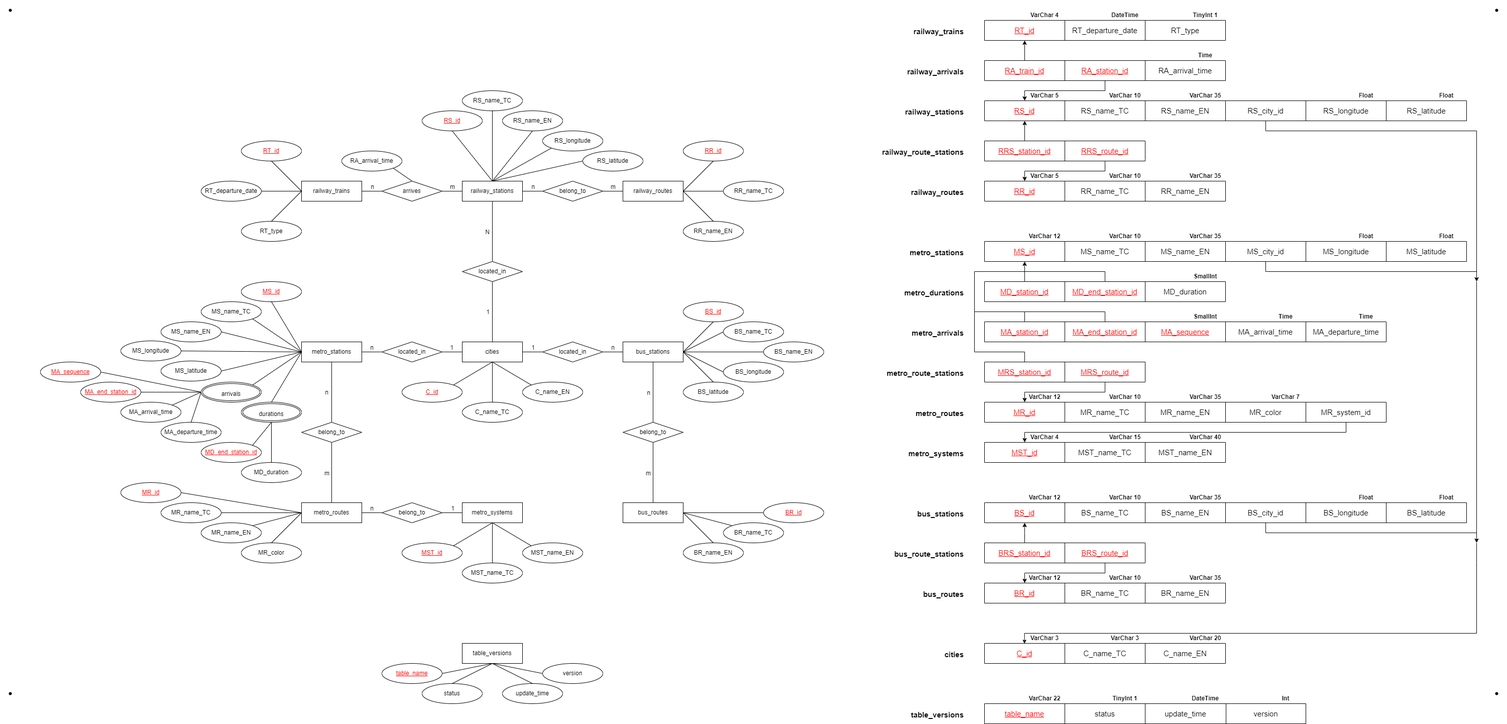
Earlier version of the draw.io export docs/ER Model v2.6.png (handsd6111/MissNoStopApi). Source tidied: cells renumbered, new cells last; positions are measured from the earlier drawing's top-left corner, leaving out a move shared by most shapes.
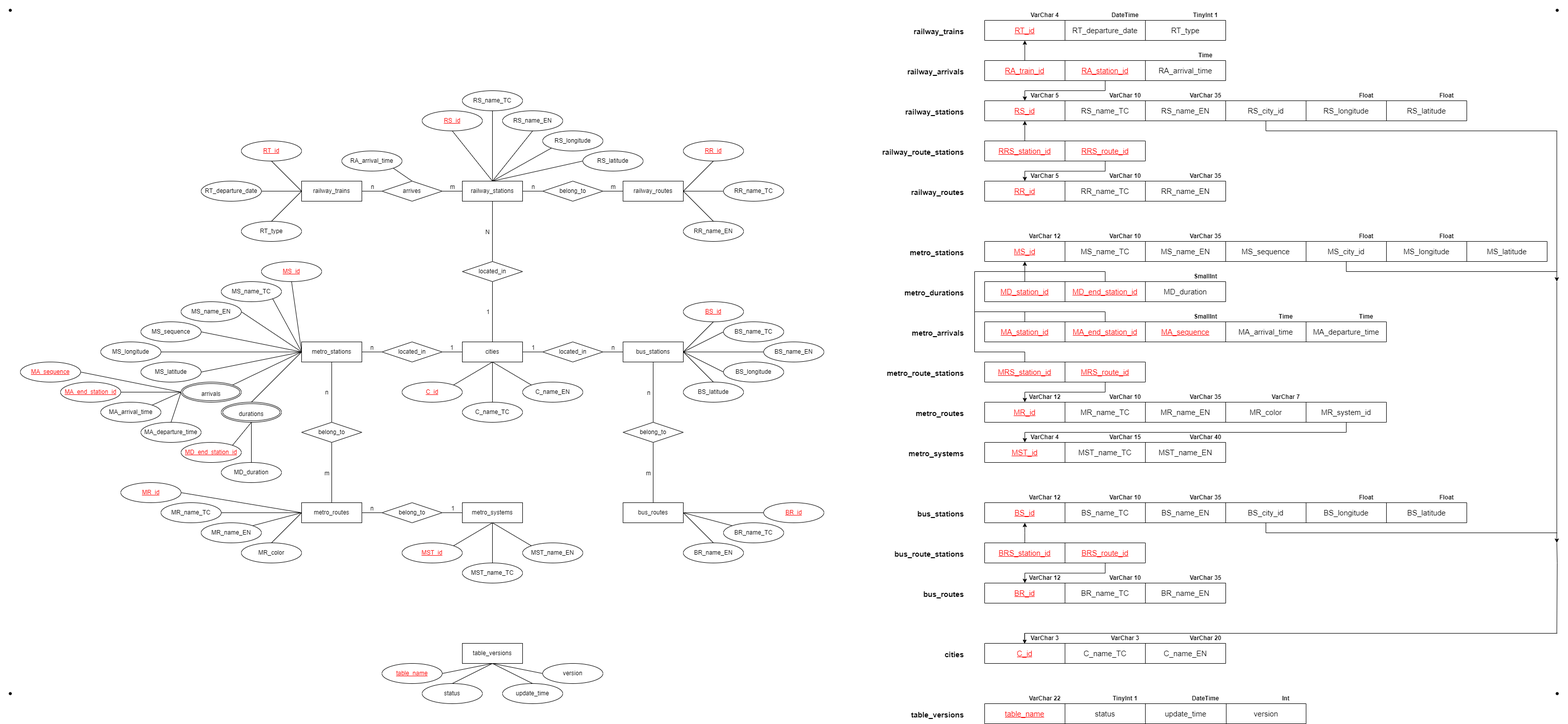
Above is the later version.

Commit message:
新增 metro_station 欄位 MS_sequence

What changed in the source:
```diff
@@ -189,7 +189,7 @@
       </mxGeometry>
     </mxCell>
     <mxCell id="60" value="&lt;font style=&quot;font-size: 12px;&quot;&gt;arrivals&lt;/font&gt;" style="ellipse;shape=doubleEllipse;margin=3;whiteSpace=wrap;html=1;align=center;fontFamily=Helvetica;fontSize=20;" parent="1" vertex="1">
-      <mxGeometry x="400" y="760" width="120" height="40" as="geometry" />
+      <mxGeometry x="360" y="760" width="120" height="40" as="geometry" />
     </mxCell>
     <mxCell id="61" value="metro_routes" style="whiteSpace=wrap;html=1;align=center;" parent="1" vertex="1">
       <mxGeometry x="600" y="1000" width="120" height="40" as="geometry" />
@@ -198,7 +198,7 @@
       <mxGeometry x="240" y="960" width="120" height="40" as="geometry" />
     </mxCell>
     <mxCell id="63" value="&lt;font color=&quot;#FF0000&quot;&gt;&lt;u&gt;MA_end_station_id&lt;/u&gt;&lt;/font&gt;" style="ellipse;whiteSpace=wrap;html=1;align=center;" parent="1" vertex="1">
-      <mxGeometry x="160" y="760" width="120" height="40" as="geometry" />
+      <mxGeometry x="120" y="760" width="120" height="40" as="geometry" />
     </mxCell>
     <mxCell id="64" value="MR_name_TC" style="ellipse;whiteSpace=wrap;html=1;align=center;" parent="1" vertex="1">
       <mxGeometry x="320" y="1000" width="120" height="40" as="geometry" />
@@ -277,10 +277,10 @@
       </mxGeometry>
     </mxCell>
     <mxCell id="87" style="shape=table;startSize=0;fontSize=15;" parent="1" vertex="1">
-      <mxGeometry x="1960" y="480" width="960" height="40" as="geometry" />
+      <mxGeometry x="1960" y="480" width="1120" height="40" as="geometry" />
     </mxCell>
     <mxCell id="88" style="shape=tableRow;horizontal=0;startSize=0;swimlaneHead=0;swimlaneBody=0;top=0;left=0;bottom=0;right=0;fillColor=none;fontSize=24;" parent="87" vertex="1">
-      <mxGeometry width="960" height="40" as="geometry" />
+      <mxGeometry width="1120" height="40" as="geometry" />
     </mxCell>
     <mxCell id="89" value="&lt;font color=&quot;#FF0000&quot;&gt;&lt;u&gt;MS_id&lt;/u&gt;&lt;/font&gt;" style="shape=partialRectangle;html=1;whiteSpace=wrap;overflow=hidden;fillColor=none;top=0;left=0;bottom=0;right=0;fontSize=15;" parent="88" vertex="1">
       <mxGeometry width="160" height="40" as="geometry" />
@@ -291,14 +291,17 @@
     <mxCell id="91" value="MS_name_EN" style="shape=partialRectangle;html=1;whiteSpace=wrap;overflow=hidden;fillColor=none;top=0;left=0;bottom=0;right=0;fontSize=15;" parent="88" vertex="1">
       <mxGeometry x="320" width="160" height="40" as="geometry" />
     </mxCell>
+    <mxCell id="323" value="MS_sequence" style="shape=partialRectangle;html=1;whiteSpace=wrap;overflow=hidden;fillColor=none;top=0;left=0;bottom=0;right=0;fontSize=15;" parent="88" vertex="1">
+      <mxGeometry x="480" width="160" height="40" as="geometry" />
+    </mxCell>
     <mxCell id="92" value="MS_city_id" style="shape=partialRectangle;html=1;whiteSpace=wrap;overflow=hidden;fillColor=none;top=0;left=0;bottom=0;right=0;fontSize=15;" parent="88" vertex="1">
-      <mxGeometry x="480" width="160" height="40" as="geometry" />
+      <mxGeometry x="640" width="160" height="40" as="geometry" />
     </mxCell>
     <mxCell id="93" value="MS_longitude" style="shape=partialRectangle;html=1;whiteSpace=wrap;overflow=hidden;fillColor=none;top=0;left=0;bottom=0;right=0;fontSize=15;" parent="88" vertex="1">
-      <mxGeometry x="640" width="160" height="40" as="geometry" />
+      <mxGeometry x="800" width="160" height="40" as="geometry" />
     </mxCell>
     <mxCell id="94" value="MS_latitude" style="shape=partialRectangle;html=1;whiteSpace=wrap;overflow=hidden;fillColor=none;top=0;left=0;bottom=0;right=0;fontSize=15;" parent="88" vertex="1">
-      <mxGeometry x="800" width="160" height="40" as="geometry" />
+      <mxGeometry x="960" width="160" height="40" as="geometry" />
     </mxCell>
     <mxCell id="95" value="&lt;font style=&quot;font-size: 15px;&quot;&gt;metro_stations&lt;/font&gt;" style="text;strokeColor=none;fillColor=none;html=1;fontSize=24;fontStyle=1;verticalAlign=middle;align=right;" parent="1" vertex="1">
       <mxGeometry x="1780" y="480" width="140" height="40" as="geometry" />
@@ -519,10 +522,10 @@
       </mxGeometry>
     </mxCell>
     <mxCell id="158" value="MA_departure_time" style="ellipse;whiteSpace=wrap;html=1;align=center;" parent="1" vertex="1">
-      <mxGeometry x="320" y="840" width="120" height="40" as="geometry" />
+      <mxGeometry x="280" y="840" width="120" height="40" as="geometry" />
     </mxCell>
     <mxCell id="159" value="MA_arrival_time" style="ellipse;whiteSpace=wrap;html=1;align=center;" parent="1" vertex="1">
-      <mxGeometry x="240" y="800" width="120" height="40" as="geometry" />
+      <mxGeometry x="200" y="800" width="120" height="40" as="geometry" />
     </mxCell>
     <mxCell id="160" style="endArrow=none;html=1;rounded=0;entryX=0.5;entryY=0;entryDx=0;entryDy=0;exitX=0;exitY=0.5;exitDx=0;exitDy=0;" parent="1" edge="1" source="60" target="158">
       <mxGeometry relative="1" as="geometry" />
@@ -661,31 +664,31 @@
       <mxGeometry relative="1" as="geometry" />
     </mxCell>
     <mxCell id="200" value="MD_duration" style="ellipse;whiteSpace=wrap;html=1;align=center;" parent="1" vertex="1">
-      <mxGeometry x="480" y="920" width="120" height="40" as="geometry" />
+      <mxGeometry x="440" y="920" width="120" height="40" as="geometry" />
     </mxCell>
     <mxCell id="201" style="endArrow=none;html=1;rounded=0;entryX=0.5;entryY=0;entryDx=0;entryDy=0;exitX=0.5;exitY=1;exitDx=0;exitDy=0;" parent="1" edge="1" source="202" target="200">
       <mxGeometry relative="1" as="geometry" />
     </mxCell>
     <mxCell id="202" value="&lt;font style=&quot;font-size: 12px;&quot;&gt;durations&lt;/font&gt;" style="ellipse;shape=doubleEllipse;margin=3;whiteSpace=wrap;html=1;align=center;fontFamily=Helvetica;fontSize=20;" parent="1" vertex="1">
-      <mxGeometry x="480" y="800" width="120" height="40" as="geometry" />
+      <mxGeometry x="440" y="800" width="120" height="40" as="geometry" />
     </mxCell>
     <mxCell id="203" value="&lt;u&gt;MD_end_station_id&lt;/u&gt;" style="ellipse;whiteSpace=wrap;html=1;align=center;fontColor=#FF0000;" parent="1" vertex="1">
-      <mxGeometry x="400" y="880" width="120" height="40" as="geometry" />
+      <mxGeometry x="360" y="880" width="120" height="40" as="geometry" />
     </mxCell>
     <mxCell id="204" style="endArrow=none;html=1;rounded=0;entryX=1;entryY=0;entryDx=0;entryDy=0;exitX=0.5;exitY=1;exitDx=0;exitDy=0;" parent="1" edge="1" source="202" target="203">
       <mxGeometry relative="1" as="geometry" />
     </mxCell>
     <mxCell id="205" value="&lt;u&gt;MA_sequence&lt;/u&gt;" style="ellipse;whiteSpace=wrap;html=1;align=center;fontColor=#FF0000;" parent="1" vertex="1">
-      <mxGeometry x="80" y="720" width="120" height="40" as="geometry" />
+      <mxGeometry x="40" y="720" width="120" height="40" as="geometry" />
     </mxCell>
     <mxCell id="206" style="endArrow=none;html=1;rounded=0;entryX=1;entryY=0.5;entryDx=0;entryDy=0;exitX=0;exitY=0.5;exitDx=0;exitDy=0;" parent="1" edge="1" source="60" target="205">
       <mxGeometry relative="1" as="geometry" />
     </mxCell>
     <mxCell id="207" value="MS_name_TC" style="ellipse;whiteSpace=wrap;html=1;align=center;" parent="1" vertex="1">
-      <mxGeometry x="400" y="600" width="120" height="40" as="geometry" />
+      <mxGeometry x="440" y="560" width="120" height="40" as="geometry" />
     </mxCell>
     <mxCell id="208" value="MS_name_EN" style="ellipse;whiteSpace=wrap;html=1;align=center;" parent="1" vertex="1">
-      <mxGeometry x="320" y="640" width="120" height="40" as="geometry" />
+      <mxGeometry x="360" y="600" width="120" height="40" as="geometry" />
     </mxCell>
     <mxCell id="209" style="endArrow=none;html=1;rounded=0;exitX=1;exitY=1;exitDx=0;exitDy=0;entryX=0;entryY=0.5;entryDx=0;entryDy=0;" parent="1" edge="1" source="207" target="54">
       <mxGeometry relative="1" as="geometry" />
@@ -780,13 +783,13 @@
       </mxGeometry>
     </mxCell>
     <mxCell id="237" style="shape=partialRectangle;whiteSpace=wrap;html=1;bottom=0;right=0;fillColor=none;fontColor=#FF0000;flipV=1;" parent="1" vertex="1">
-      <mxGeometry x="2520" y="1040" width="420" height="20" as="geometry" />
+      <mxGeometry x="2520" y="1040" width="580" height="20" as="geometry" />
     </mxCell>
     <mxCell id="238" style="shape=waypoint;sketch=0;fillStyle=solid;size=6;fillColor=none;perimeter=centerPerimeter;fontColor=#FF0000;" parent="1" vertex="1">
-      <mxGeometry x="2960" y="1360" width="40" height="40" as="geometry" />
+      <mxGeometry x="3080" y="1360" width="40" height="40" as="geometry" />
     </mxCell>
     <mxCell id="239" style="shape=waypoint;sketch=0;fillStyle=solid;size=6;fillColor=none;perimeter=centerPerimeter;fontColor=#FF0000;" parent="1" vertex="1">
-      <mxGeometry x="2960" width="40" height="40" as="geometry" />
+      <mxGeometry x="3080" width="40" height="40" as="geometry" />
     </mxCell>
     <mxCell id="240" style="shape=waypoint;sketch=0;fillStyle=solid;size=6;fillColor=none;perimeter=centerPerimeter;fontColor=#FF0000;" parent="1" vertex="1">
       <mxGeometry width="40" height="40" as="geometry" />
@@ -882,10 +885,10 @@
       <mxGeometry x="2680" y="980" width="80" height="20" as="geometry" />
     </mxCell>
     <mxCell id="271" value="MS_longitude" style="ellipse;whiteSpace=wrap;html=1;align=center;" parent="1" vertex="1">
-      <mxGeometry x="240" y="678" width="120" height="40" as="geometry" />
+      <mxGeometry x="200" y="680" width="120" height="40" as="geometry" />
     </mxCell>
     <mxCell id="272" value="MS_latitude" style="ellipse;whiteSpace=wrap;html=1;align=center;" parent="1" vertex="1">
-      <mxGeometry x="320" y="718" width="120" height="40" as="geometry" />
+      <mxGeometry x="280" y="720" width="120" height="40" as="geometry" />
     </mxCell>
     <mxCell id="273" style="endArrow=none;html=1;rounded=0;exitX=1;exitY=0.5;exitDx=0;exitDy=0;entryX=0;entryY=0.5;entryDx=0;entryDy=0;" parent="1" edge="1" source="271" target="54">
       <mxGeometry relative="1" as="geometry" />
@@ -913,27 +916,27 @@
     </mxCell>
     <mxCell id="281" style="endArrow=classic;html=1;rounded=0;fontSize=1;fontColor=#FF0000;" parent="1" edge="1">
       <mxGeometry relative="1" as="geometry">
-        <mxPoint x="2940" y="260" as="sourcePoint" />
-        <mxPoint x="2940" y="560" as="targetPoint" />
+        <mxPoint x="3099.2" y="260" as="sourcePoint" />
+        <mxPoint x="3099.2" y="560" as="targetPoint" />
       </mxGeometry>
     </mxCell>
     <mxCell id="282" style="endArrow=classic;html=1;rounded=0;fontSize=1;fontColor=#FF0000;" parent="1" edge="1">
       <mxGeometry relative="1" as="geometry">
-        <mxPoint x="2940" y="560" as="sourcePoint" />
-        <mxPoint x="2940" y="1080" as="targetPoint" />
+        <mxPoint x="3099.2" y="560" as="sourcePoint" />
+        <mxPoint x="3099.2" y="1080" as="targetPoint" />
       </mxGeometry>
     </mxCell>
     <mxCell id="283" style="endArrow=none;html=1;rounded=0;fontSize=1;fontColor=#FF0000;" parent="1" edge="1">
       <mxGeometry relative="1" as="geometry">
-        <mxPoint x="2940" y="1260" as="sourcePoint" />
-        <mxPoint x="2940" y="1080" as="targetPoint" />
+        <mxPoint x="3099.2" y="1260" as="sourcePoint" />
+        <mxPoint x="3099.2" y="1080" as="targetPoint" />
         <Array as="points">
-          <mxPoint x="2940" y="1120" />
+          <mxPoint x="3100" y="1120" />
         </Array>
       </mxGeometry>
     </mxCell>
     <mxCell id="284" value="&lt;font color=&quot;#FF0000&quot;&gt;&lt;u&gt;MS_id&lt;/u&gt;&lt;/font&gt;" style="ellipse;whiteSpace=wrap;html=1;align=center;" parent="1" vertex="1">
-      <mxGeometry x="480" y="560" width="120" height="40" as="geometry" />
+      <mxGeometry x="520" y="520" width="120" height="40" as="geometry" />
     </mxCell>
     <mxCell id="285" style="endArrow=none;html=1;rounded=0;entryX=0;entryY=0.5;entryDx=0;entryDy=0;exitX=0.5;exitY=1;exitDx=0;exitDy=0;" parent="1" edge="1" source="284" target="54">
       <mxGeometry relative="1" as="geometry" />
@@ -960,10 +963,10 @@
       <mxGeometry x="2040" y="1140" width="80" height="20" as="geometry" />
     </mxCell>
     <mxCell id="293" style="shape=partialRectangle;whiteSpace=wrap;html=1;bottom=0;right=0;fillColor=none;fontColor=#FF0000;flipV=1;strokeColor=default;" parent="1" vertex="1">
-      <mxGeometry x="2520" y="520" width="420" height="20" as="geometry" />
+      <mxGeometry x="2680" y="520" width="420" height="20" as="geometry" />
     </mxCell>
     <mxCell id="294" style="shape=partialRectangle;whiteSpace=wrap;html=1;bottom=0;right=0;fillColor=none;fontColor=#FF0000;flipV=1;" parent="1" vertex="1">
-      <mxGeometry x="2520" y="240" width="420" height="20" as="geometry" />
+      <mxGeometry x="2520" y="240" width="580" height="20" as="geometry" />
     </mxCell>
     <mxCell id="295" style="endArrow=none;html=1;rounded=0;fontSize=15;exitX=0;exitY=0.5;exitDx=0;exitDy=0;exitPerimeter=0;" parent="1" edge="1" source="228">
       <mxGeometry relative="1" as="geometry">
@@ -1070,5 +1073,16 @@
     <mxCell id="322" value="&lt;b&gt;VarChar 7&lt;/b&gt;" style="text;html=1;strokeColor=none;fillColor=none;align=center;verticalAlign=middle;whiteSpace=wrap;rounded=0;fontColor=#000000;" parent="1" vertex="1">
       <mxGeometry x="2520" y="780" width="80" height="20" as="geometry" />
     </mxCell>
+    <mxCell id="324" value="MS_sequence" style="ellipse;whiteSpace=wrap;html=1;align=center;" parent="1" vertex="1">
+      <mxGeometry x="280" y="640" width="120" height="40" as="geometry" />
+    </mxCell>
+    <mxCell id="325" style="endArrow=none;html=1;rounded=0;exitX=1;exitY=0.5;exitDx=0;exitDy=0;entryX=0;entryY=0.5;entryDx=0;entryDy=0;" parent="1" edge="1" source="324" target="54">
+      <mxGeometry relative="1" as="geometry" />
+    </mxCell>
+    <mxCell id="326" style="edgeStyle=segmentEdgeStyle;endArrow=classic;html=1;rounded=0;fontColor=#FF0000;startSize=5;endSize=5;entryX=0.166;entryY=0.011;entryDx=0;entryDy=0;entryPerimeter=0;" parent="1" edge="1" target="214">
+      <mxGeometry relative="1" as="geometry">
+        <mxPoint x="3100" y="1260" as="sourcePoint" />
+      </mxGeometry>
+    </mxCell>
   </root>
 </mxGraphModel>
```
